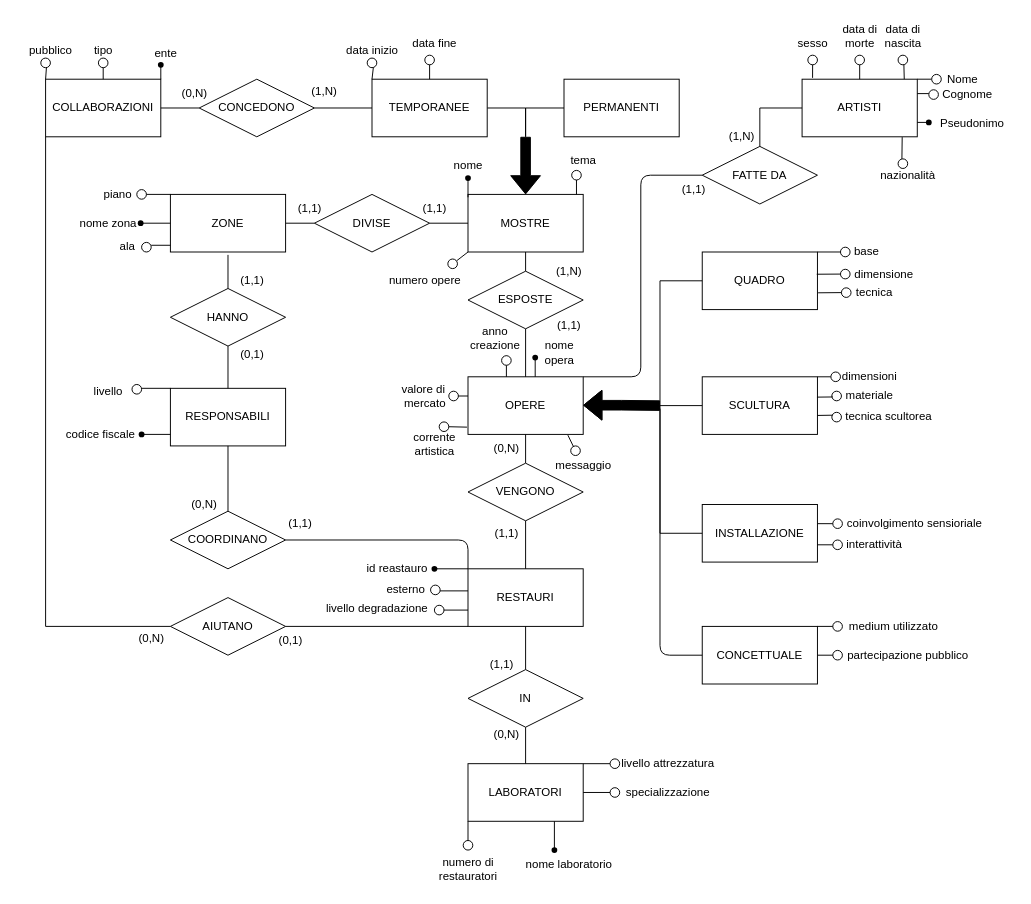
ColdBerri/Database-Unipd-2025 keeps this draw.io diagram as Museo.drawio. Above is the earlier version. Source tidied: cells renumbered, new cells numbered last; positions are measured from the earlier drawing's top-left corner, leaving out a move shared by most shapes. Both pictures are drawn from the tidied source at 96%, with x=0, y=0 at pixel (16, 16).
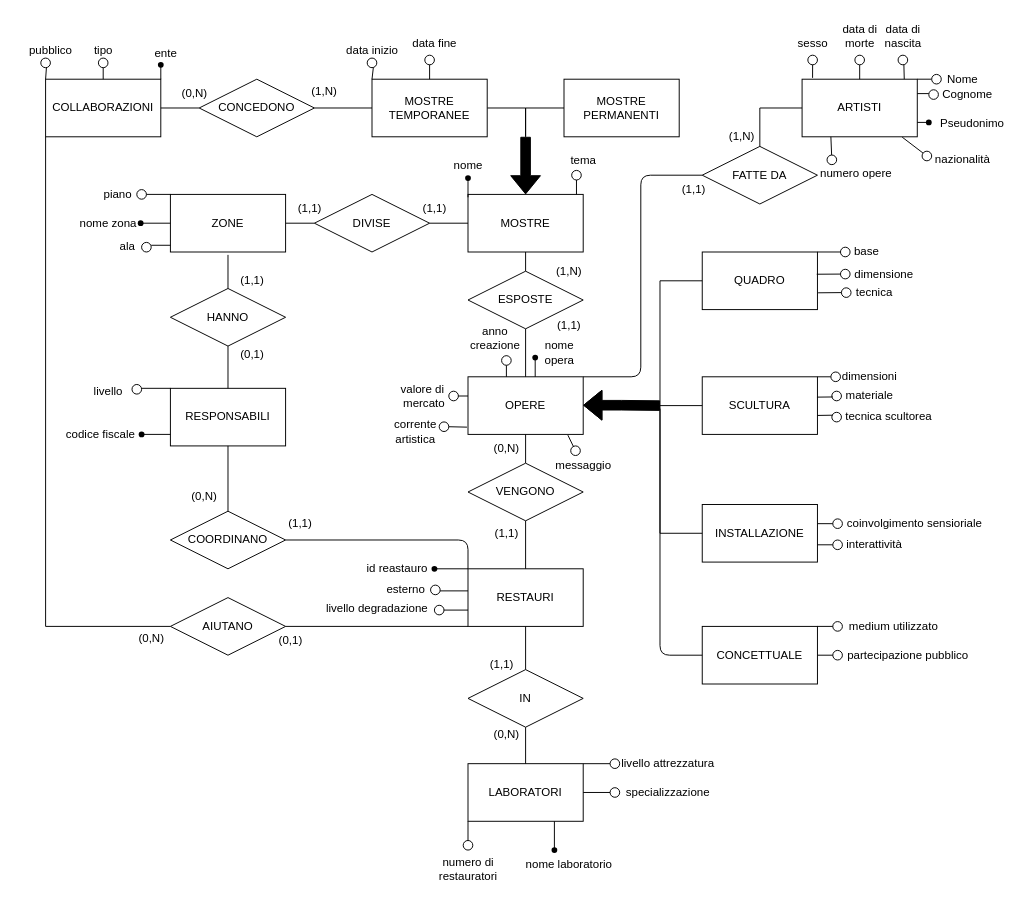
The same page after the edit.

The change refers to these unchanged cells:
```xml
<mxCell id="6" value="ARTISTI" style="rounded=0;whiteSpace=wrap;html=1;" parent="1" vertex="1">
  <mxGeometry x="818" y="65" width="120" height="60" as="geometry" />
</mxCell>
<mxCell id="8" value="MOSTRE" style="rounded=0;whiteSpace=wrap;html=1;" parent="1" vertex="1">
  <mxGeometry x="470" y="185" width="120" height="60" as="geometry" />
</mxCell>
```

The edit, as a diff of the source:
```diff
@@
-    <mxCell id="32" value="TEMPORANEE" style="rounded=0;whiteSpace=wrap;html=1;" parent="1" vertex="1">
+    <mxCell id="32" value="MOSTRE&lt;br&gt;TEMPORANEE" style="rounded=0;whiteSpace=wrap;html=1;" parent="1" vertex="1">
       <mxGeometry x="370" y="65" width="120" height="60" as="geometry" />
     </mxCell>
-    <mxCell id="33" value="PERMANENTI" style="rounded=0;whiteSpace=wrap;html=1;" parent="1" vertex="1">
+    <mxCell id="33" value="MOSTRE&lt;br&gt;PERMANENTI" style="rounded=0;whiteSpace=wrap;html=1;" parent="1" vertex="1">
       <mxGeometry x="570" y="65" width="120" height="60" as="geometry" />
     </mxCell>
@@
     <mxCell id="62" value="valore di&amp;nbsp;&lt;br&gt;mercato" style="text;html=1;align=center;verticalAlign=middle;strokeColor=none;fillColor=none;" parent="1" vertex="1">
-      <mxGeometry x="390" y="375" width="70" height="40" as="geometry" />
+      <mxGeometry x="389" y="375" width="70" height="40" as="geometry" />
     </mxCell>
@@
     <mxCell id="76" value="corrente&lt;br&gt;artistica" style="text;html=1;align=center;verticalAlign=middle;strokeColor=none;fillColor=none;" parent="1" vertex="1">
-      <mxGeometry x="400" y="425" width="70" height="40" as="geometry" />
+      <mxGeometry x="380" y="412" width="70" height="40" as="geometry" />
     </mxCell>
@@
-    <mxCell id="115" style="endArrow=none;html=1;entryX=0.869;entryY=1.006;entryDx=0;entryDy=0;entryPerimeter=0;" parent="1" edge="1" target="6">
-      <mxGeometry relative="1" as="geometry">
-        <mxPoint x="922" y="148" as="sourcePoint" />
-      </mxGeometry>
+    <mxCell id="115" style="endArrow=none;html=1;entryX=0.869;entryY=1.006;entryDx=0;entryDy=0;entryPerimeter=0;startArrow=none;" parent="1" edge="1" source="116" target="6">
+      <mxGeometry relative="1" as="geometry" />
     </mxCell>
-    <mxCell id="116" style="ellipse;whiteSpace=wrap;html=1;" parent="1" vertex="1">
-      <mxGeometry x="918" y="148" width="10" height="10" as="geometry" />
-    </mxCell>
     <mxCell id="117" value="nazionalità" style="text;html=1;align=center;verticalAlign=middle;strokeColor=none;fillColor=none;" parent="1" vertex="1">
-      <mxGeometry x="888" y="150" width="80" height="30" as="geometry" />
+      <mxGeometry x="945" y="134" width="80" height="30" as="geometry" />
     </mxCell>
@@
     <mxCell id="192" value="(0,N)" style="text;html=1;align=center;verticalAlign=middle;strokeColor=none;fillColor=none;" parent="1" vertex="1">
-      <mxGeometry x="170" y="493" width="50" height="30" as="geometry" />
+      <mxGeometry x="170" y="485" width="50" height="30" as="geometry" />
     </mxCell>
@@
-    <mxCell id="206" style="endArrow=none;html=1;entryX=0;entryY=1;entryDx=0;entryDy=0;startArrow=none;" parent="1" edge="1" source="207" target="8">
-      <mxGeometry relative="1" as="geometry" />
-    </mxCell>
-    <mxCell id="207" style="ellipse;whiteSpace=wrap;html=1;" parent="1" vertex="1">
-      <mxGeometry x="449" y="252.3" width="10" height="10" as="geometry" />
-    </mxCell>
+    <mxCell id="209" style="endArrow=none;html=1;entryX=0.25;entryY=1;entryDx=0;entryDy=0;startArrow=none;" parent="1" edge="1" source="210" target="6">
+      <mxGeometry relative="1" as="geometry" />
+    </mxCell>
+    <mxCell id="210" style="ellipse;whiteSpace=wrap;html=1;" parent="1" vertex="1">
+      <mxGeometry x="844" y="144" width="10" height="10" as="geometry" />
+    </mxCell>
     <mxCell id="208" value="numero opere" style="text;html=1;align=center;verticalAlign=middle;strokeColor=none;fillColor=none;" parent="1" vertex="1">
-      <mxGeometry x="375" y="260" width="100" height="30" as="geometry" />
+      <mxGeometry x="824" y="148" width="100" height="30" as="geometry" />
     </mxCell>
+    <mxCell id="116" style="ellipse;whiteSpace=wrap;html=1;" parent="1" vertex="1">
+      <mxGeometry x="943" y="140" width="10" height="10" as="geometry" />
+    </mxCell>
```
